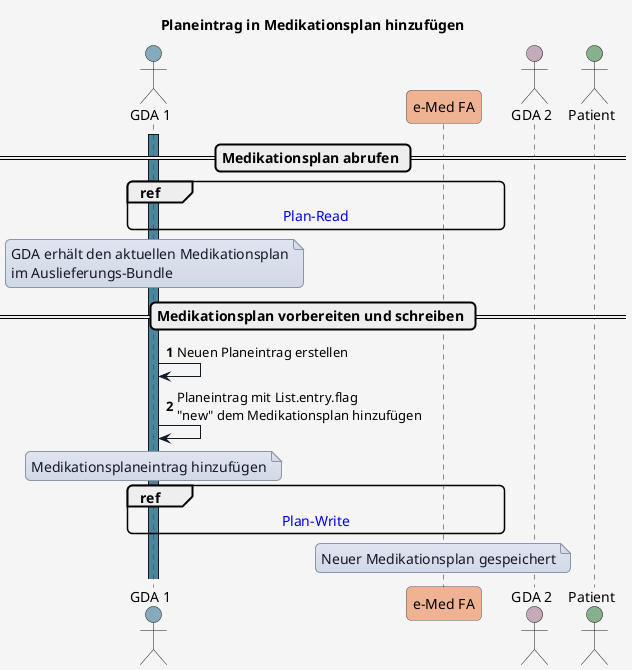
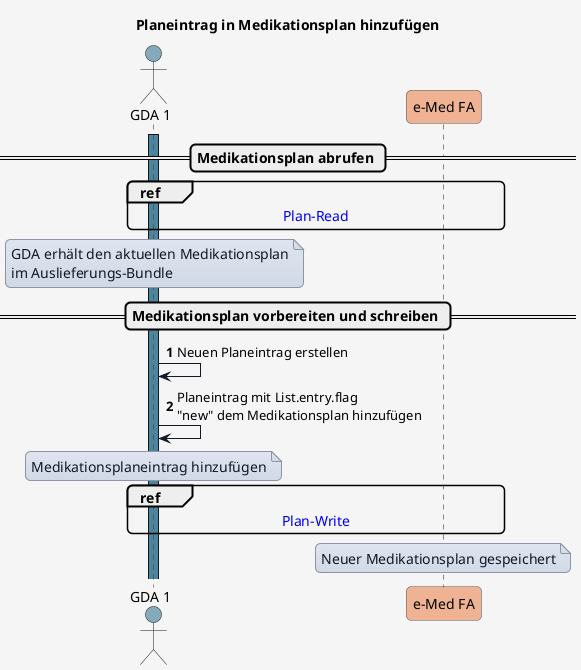
@startuml

title Planeintrag in Medikationsplan hinzufügen

'skinparam actorStyle awesome

skinparam borderColor #000000
skinparam backgroundColor #f5f5f5
skinparam shadowing false
skinparam roundCorner 10
skinparam defaultFontName "Arial"
skinparam defaultFontSize 14
skinparam defaultFontColor #000000
skinparam HyperlinkColor #0000EE
skinparam HyperlinkUnderline false
skinparam BoxPadding 20
skinparam BoxBorderColor #555555

skinparam note {
  BackgroundColor #e0e5f0-#d1d9e6
  BorderColor #8b95a5
  BorderThickness 1
  RoundCorner 0
  Padding 6
  FontColor #111827
  Shadowing false
}

skinparam sequence {
  ParticipantBorderColor #555555
  ParticipantBackgroundColor #ffffff
  ParticipantFontColor #000000
  ParticipantFontSize 14
  ParticipantPadding 20
  ArrowColor #111827
  ArrowThickness 1
  ArrowFontColor #000000
  ArrowFontSize 13
  GroupBorderColor #111827
  GroupBackgroundColor #eef2ff
  GroupBorderThickness 2
}

!define COLOR_GDA_1    #15608280
!define COLOR_GDA_2    #96607D80
!define COLOR_PATIENT  #196B2480
!define COLOR_APO      #0F9ED590
!define COLOR_EMED_FA  #E9713280
!define COLOR_E_REZEPT #C0504D80

!define COLOR_OK       #0F9ED525
!define COLOR_ERROR    #E9713235

actor GDA_1 as "GDA 1" COLOR_GDA_1
participant eMed_FA as "e-Med FA" COLOR_EMED_FA
- actor GDA_2 as "GDA 2" COLOR_GDA_2
- actor Patient as "Patient" COLOR_PATIENT

autonumber


== Medikationsplan abrufen ==

activate GDA_1 COLOR_GDA_1

ref over GDA_1, eMed_FA : [[interactions.html#sequenzdiagramm-plan-read Plan-Read]]

note over GDA_1
GDA erhält den aktuellen Medikationsplan
im Auslieferungs-Bundle
end note

== Medikationsplan vorbereiten und schreiben ==

GDA_1 -> GDA_1: Neuen Planeintrag erstellen
GDA_1 -> GDA_1: Planeintrag mit List.entry.flag\n"new" dem Medikationsplan hinzufügen

note over GDA_1
Medikationsplaneintrag hinzufügen
end note

ref over GDA_1, eMed_FA : [[interactions.html#plan-write Plan-Write]]

note over eMed_FA
Neuer Medikationsplan gespeichert
end note

@enduml